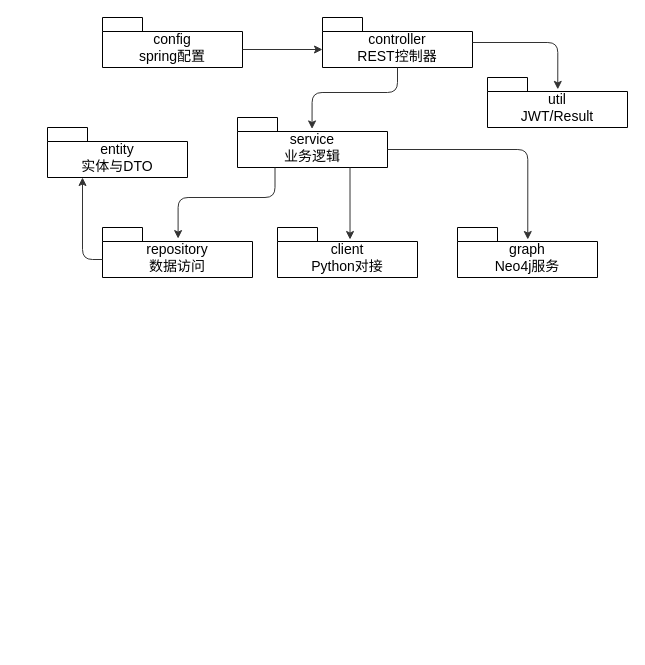
Above: docs/draw/03-backend-package.drawio in this1is1i/ACSR (draw.io), before the change. Source tidied: cells renumbered, new cells numbered last; positions are measured from the earlier drawing's top-left corner, leaving out a move shared by most shapes. Both pictures are drawn from the tidied source at 100%, with x=0, y=0 at pixel (47, 17).
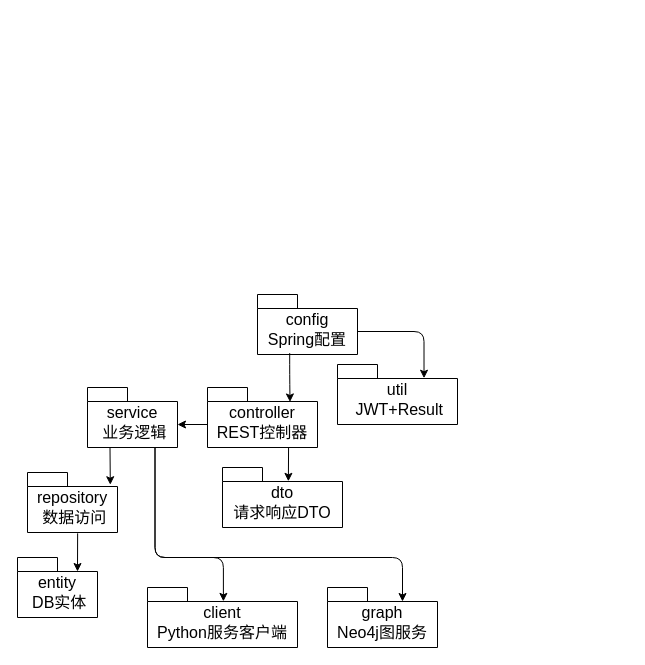
Above is the later version.

The edit, as a diff of the source:
```diff
@@
-    <mxCell id="2" value="controller&lt;div&gt;REST控制器&lt;/div&gt;" style="shape=folder;fontStyle=0;spacingTop=10;tabWidth=40;tabHeight=14;tabPosition=left;html=1;whiteSpace=wrap;fontSize=14;" parent="1" vertex="1">
-      <mxGeometry x="275" width="150" height="50" as="geometry" />
+    <mxCell id="2" value="controller&lt;div&gt;REST控制器&lt;/div&gt;" style="shape=folder;fontStyle=0;spacingTop=10;tabWidth=40;tabHeight=14;tabPosition=left;html=1;whiteSpace=wrap;fontSize=16;" parent="1" vertex="1">
+      <mxGeometry x="160" y="370" width="110" height="60" as="geometry" />
     </mxCell>
-    <mxCell id="3" value="service&lt;div&gt;业务逻辑&lt;/div&gt;" style="shape=folder;fontStyle=0;spacingTop=10;tabWidth=40;tabHeight=14;tabPosition=left;html=1;whiteSpace=wrap;fontSize=14;" parent="1" vertex="1">
-      <mxGeometry x="190" y="100" width="150" height="50" as="geometry" />
+    <mxCell id="3" value="service&lt;div&gt;&amp;nbsp;业务逻辑&lt;/div&gt;" style="shape=folder;fontStyle=0;spacingTop=10;tabWidth=40;tabHeight=14;tabPosition=left;html=1;whiteSpace=wrap;fontSize=16;" parent="1" vertex="1">
+      <mxGeometry x="40" y="370" width="90" height="60" as="geometry" />
     </mxCell>
-    <mxCell id="4" value="repository&lt;div&gt;数据访问&lt;/div&gt;" style="shape=folder;fontStyle=0;spacingTop=10;tabWidth=40;tabHeight=14;tabPosition=left;html=1;whiteSpace=wrap;fontSize=14;" parent="1" vertex="1">
-      <mxGeometry x="55" y="210" width="150" height="50" as="geometry" />
+    <mxCell id="4" value="repository&lt;div&gt;&amp;nbsp;数据访问&lt;/div&gt;" style="shape=folder;fontStyle=0;spacingTop=10;tabWidth=40;tabHeight=14;tabPosition=left;html=1;whiteSpace=wrap;fontSize=16;" parent="1" vertex="1">
+      <mxGeometry x="-20" y="455" width="90" height="60" as="geometry" />
     </mxCell>
-    <mxCell id="5" value="entity&lt;div&gt;实体与DTO&lt;/div&gt;" style="shape=folder;fontStyle=0;spacingTop=10;tabWidth=40;tabHeight=14;tabPosition=left;html=1;whiteSpace=wrap;fontSize=14;" parent="1" vertex="1">
-      <mxGeometry y="110" width="140" height="50" as="geometry" />
-    </mxCell>
-    <mxCell id="6" value="config&lt;div&gt;spring配置&lt;/div&gt;" style="shape=folder;fontStyle=0;spacingTop=10;tabWidth=40;tabHeight=14;tabPosition=left;html=1;whiteSpace=wrap;fontSize=14;" parent="1" vertex="1">
-      <mxGeometry x="55" width="140" height="50" as="geometry" />
-    </mxCell>
-    <mxCell id="7" value="client&lt;div&gt;Python对接&lt;/div&gt;" style="shape=folder;fontStyle=0;spacingTop=10;tabWidth=40;tabHeight=14;tabPosition=left;html=1;whiteSpace=wrap;fontSize=14;" parent="1" vertex="1">
-      <mxGeometry x="230" y="210" width="140" height="50" as="geometry" />
-    </mxCell>
-    <mxCell id="8" value="util&lt;div&gt;JWT/Result&lt;/div&gt;" style="shape=folder;fontStyle=0;spacingTop=10;tabWidth=40;tabHeight=14;tabPosition=left;html=1;whiteSpace=wrap;fontSize=14;" parent="1" vertex="1">
-      <mxGeometry x="440" y="60" width="140" height="50" as="geometry" />
-    </mxCell>
-    <mxCell id="9" value="graph&lt;div&gt;Neo4j服务&lt;/div&gt;" style="shape=folder;fontStyle=0;spacingTop=10;tabWidth=40;tabHeight=14;tabPosition=left;html=1;whiteSpace=wrap;fontSize=14;" parent="1" vertex="1">
-      <mxGeometry x="410" y="210" width="140" height="50" as="geometry" />
-    </mxCell>
+    <mxCell id="17" value="entity&lt;div&gt;&amp;nbsp;DB实体&lt;/div&gt;" style="shape=folder;fontStyle=0;spacingTop=10;tabWidth=40;tabHeight=14;tabPosition=left;html=1;whiteSpace=wrap;fontSize=16;" parent="1" vertex="1">
+      <mxGeometry x="-30" y="540" width="80" height="60" as="geometry" />
+    </mxCell>
+    <mxCell id="18" value="dto&lt;div&gt;请求响应DTO&lt;/div&gt;" style="shape=folder;fontStyle=0;spacingTop=10;tabWidth=40;tabHeight=14;tabPosition=left;html=1;whiteSpace=wrap;fontSize=16;" parent="1" vertex="1">
+      <mxGeometry x="175" y="450" width="120" height="60" as="geometry" />
+    </mxCell>
+    <mxCell id="19" value="config&lt;div&gt;Spring配置&lt;/div&gt;" style="shape=folder;fontStyle=0;spacingTop=10;tabWidth=40;tabHeight=14;tabPosition=left;html=1;whiteSpace=wrap;fontSize=16;" parent="1" vertex="1">
+      <mxGeometry x="210" y="277" width="100" height="60" as="geometry" />
+    </mxCell>
+    <mxCell id="20" value="client&lt;div&gt;Python服务客户端&lt;/div&gt;" style="shape=folder;fontStyle=0;spacingTop=10;tabWidth=40;tabHeight=14;tabPosition=left;html=1;whiteSpace=wrap;fontSize=16;" parent="1" vertex="1">
+      <mxGeometry x="100" y="570" width="150" height="60" as="geometry" />
+    </mxCell>
+    <mxCell id="21" value="graph&lt;div&gt;Neo4j图服务&lt;/div&gt;" style="shape=folder;fontStyle=0;spacingTop=10;tabWidth=40;tabHeight=14;tabPosition=left;html=1;whiteSpace=wrap;fontSize=16;" parent="1" vertex="1">
+      <mxGeometry x="280" y="570" width="110" height="60" as="geometry" />
+    </mxCell>
+    <mxCell id="22" value="util&lt;div&gt;&amp;nbsp;JWT+Result&lt;/div&gt;" style="shape=folder;fontStyle=0;spacingTop=10;tabWidth=40;tabHeight=14;tabPosition=left;html=1;whiteSpace=wrap;fontSize=16;" parent="1" vertex="1">
+      <mxGeometry x="290" y="347" width="120" height="60" as="geometry" />
+    </mxCell>
+    <mxCell id="23" style="edgeStyle=orthogonalEdgeStyle;shape=connector;curved=0;rounded=1;jettySize=auto;html=1;exitX=0.322;exitY=0.977;exitDx=0;exitDy=0;exitPerimeter=0;entryX=0.75;entryY=0.241;entryDx=0;entryDy=0;entryPerimeter=0;strokeColor=default;align=center;verticalAlign=middle;fontFamily=Helvetica;fontSize=11;fontColor=default;labelBackgroundColor=default;endArrow=classic;" parent="1" edge="1" source="19" target="2">
+      <mxGeometry relative="1" as="geometry" />
+    </mxCell>
+    <mxCell id="11" style="edgeStyle=orthogonalEdgeStyle;shape=connector;curved=0;rounded=1;jettySize=auto;html=1;exitX=0.25;exitY=1;exitDx=0;exitDy=0;exitPerimeter=0;entryX=0.92;entryY=0.204;entryDx=0;entryDy=0;entryPerimeter=0;strokeColor=default;align=center;verticalAlign=middle;fontFamily=Helvetica;fontSize=11;fontColor=default;labelBackgroundColor=default;endArrow=classic;" parent="1" edge="1" source="3" target="4">
+      <mxGeometry relative="1" as="geometry" />
+    </mxCell>
+    <mxCell id="24" style="edgeStyle=orthogonalEdgeStyle;shape=connector;curved=0;rounded=1;jettySize=auto;html=1;exitX=0.737;exitY=1.003;exitDx=0;exitDy=0;exitPerimeter=0;entryX=0.549;entryY=0.23;entryDx=0;entryDy=0;entryPerimeter=0;strokeColor=default;align=center;verticalAlign=middle;fontFamily=Helvetica;fontSize=11;fontColor=default;labelBackgroundColor=default;endArrow=classic;" parent="1" edge="1" source="2" target="18">
+      <mxGeometry relative="1" as="geometry" />
+    </mxCell>
+    <mxCell id="25" style="edgeStyle=orthogonalEdgeStyle;shape=connector;curved=0;rounded=1;jettySize=auto;html=1;exitX=0;exitY=0;exitDx=100;exitDy=37;exitPerimeter=0;entryX=0.721;entryY=0.229;entryDx=0;entryDy=0;entryPerimeter=0;strokeColor=default;align=center;verticalAlign=middle;fontFamily=Helvetica;fontSize=11;fontColor=default;labelBackgroundColor=default;endArrow=classic;" parent="1" edge="1" source="19" target="22">
+      <mxGeometry relative="1" as="geometry" />
+    </mxCell>
-    <mxCell id="10" style="edgeStyle=orthogonalEdgeStyle;rounded=1;jettySize=auto;html=1;strokeColor=#333333;fontSize=14;entryX=0.497;entryY=0.229;entryDx=0;entryDy=0;entryPerimeter=0;fontStyle=0;" parent="1" edge="1" source="2" target="3">
+    <mxCell id="10" style="edgeStyle=orthogonalEdgeStyle;shape=connector;curved=0;rounded=1;jettySize=auto;html=1;exitX=0;exitY=0;exitDx=0;exitDy=37;exitPerimeter=0;entryX=0;entryY=0;entryDx=90;entryDy=37;entryPerimeter=0;strokeColor=default;align=center;verticalAlign=middle;fontFamily=Helvetica;fontSize=11;fontColor=default;labelBackgroundColor=default;endArrow=classic;" parent="1" edge="1" source="2" target="3">
       <mxGeometry relative="1" as="geometry" />
     </mxCell>
-    <mxCell id="11" style="edgeStyle=orthogonalEdgeStyle;rounded=1;jettySize=auto;html=1;strokeColor=#333333;fontSize=14;exitX=0.25;exitY=1;exitDx=0;exitDy=0;exitPerimeter=0;entryX=0.504;entryY=0.222;entryDx=0;entryDy=0;entryPerimeter=0;fontStyle=0;" parent="1" edge="1" source="3" target="4">
-      <mxGeometry relative="1" as="geometry" />
-    </mxCell>
-    <mxCell id="12" style="edgeStyle=orthogonalEdgeStyle;rounded=1;jettySize=auto;html=1;strokeColor=#333333;fontSize=14;exitX=0.75;exitY=1;exitDx=0;exitDy=0;exitPerimeter=0;entryX=0.518;entryY=0.24;entryDx=0;entryDy=0;entryPerimeter=0;fontStyle=0;" parent="1" edge="1" source="3" target="7">
-      <mxGeometry relative="1" as="geometry" />
-    </mxCell>
-    <mxCell id="13" style="edgeStyle=orthogonalEdgeStyle;rounded=1;jettySize=auto;html=1;strokeColor=#333333;fontSize=14;exitX=0;exitY=0;exitDx=150;exitDy=32;exitPerimeter=0;entryX=0.502;entryY=0.24;entryDx=0;entryDy=0;entryPerimeter=0;fontStyle=0;" parent="1" edge="1" source="3" target="9">
-      <mxGeometry relative="1" as="geometry" />
-    </mxCell>
-    <mxCell id="14" style="edgeStyle=orthogonalEdgeStyle;rounded=1;jettySize=auto;html=1;strokeColor=#333333;fontSize=14;exitX=0;exitY=0;exitDx=0;exitDy=32;exitPerimeter=0;entryX=0.25;entryY=1;entryDx=0;entryDy=0;entryPerimeter=0;fontStyle=0;" parent="1" edge="1" source="4" target="5">
-      <mxGeometry relative="1" as="geometry" />
-    </mxCell>
-    <mxCell id="15" style="edgeStyle=orthogonalEdgeStyle;rounded=1;jettySize=auto;html=1;strokeColor=#333333;fontSize=14;entryX=0.502;entryY=0.238;entryDx=0;entryDy=0;entryPerimeter=0;fontStyle=0;" parent="1" edge="1" source="2" target="8">
-      <mxGeometry relative="1" as="geometry" />
-    </mxCell>
-    <mxCell id="16" style="edgeStyle=orthogonalEdgeStyle;rounded=1;jettySize=auto;html=1;strokeColor=#333333;fontSize=14;entryX=0;entryY=0;entryDx=0;entryDy=32;entryPerimeter=0;exitX=0;exitY=0;exitDx=140;exitDy=32;exitPerimeter=0;fontStyle=0;" parent="1" edge="1" source="6" target="2">
-      <mxGeometry relative="1" as="geometry" />
-    </mxCell>
+    <mxCell id="26" style="edgeStyle=orthogonalEdgeStyle;shape=connector;curved=0;rounded=1;jettySize=auto;html=1;exitX=0.75;exitY=1;exitDx=0;exitDy=0;exitPerimeter=0;entryX=0.506;entryY=0.231;entryDx=0;entryDy=0;entryPerimeter=0;strokeColor=default;align=center;verticalAlign=middle;fontFamily=Helvetica;fontSize=11;fontColor=default;labelBackgroundColor=default;endArrow=classic;" parent="1" edge="1" source="3" target="20">
+      <mxGeometry relative="1" as="geometry">
+        <Array as="points">
+          <mxPoint x="108" y="540" />
+          <mxPoint x="176" y="540" />
+        </Array>
+      </mxGeometry>
+    </mxCell>
+    <mxCell id="27" style="edgeStyle=orthogonalEdgeStyle;shape=connector;curved=0;rounded=1;jettySize=auto;html=1;exitX=0.75;exitY=1;exitDx=0;exitDy=0;exitPerimeter=0;entryX=0;entryY=0;entryDx=75;entryDy=14;entryPerimeter=0;strokeColor=default;align=center;verticalAlign=middle;fontFamily=Helvetica;fontSize=11;fontColor=default;labelBackgroundColor=default;endArrow=classic;" parent="1" edge="1" source="3" target="21">
+      <mxGeometry relative="1" as="geometry">
+        <Array as="points">
+          <mxPoint x="108" y="540" />
+          <mxPoint x="355" y="540" />
+        </Array>
+      </mxGeometry>
+    </mxCell>
+    <mxCell id="28" style="edgeStyle=orthogonalEdgeStyle;shape=connector;curved=0;rounded=1;jettySize=auto;html=1;entryX=0;entryY=0;entryDx=60;entryDy=14;entryPerimeter=0;strokeColor=default;align=center;verticalAlign=middle;fontFamily=Helvetica;fontSize=11;fontColor=default;labelBackgroundColor=default;endArrow=classic;exitX=0.557;exitY=1.014;exitDx=0;exitDy=0;exitPerimeter=0;" parent="1" edge="1" source="4" target="17">
+      <mxGeometry relative="1" as="geometry" />
+    </mxCell>
```
